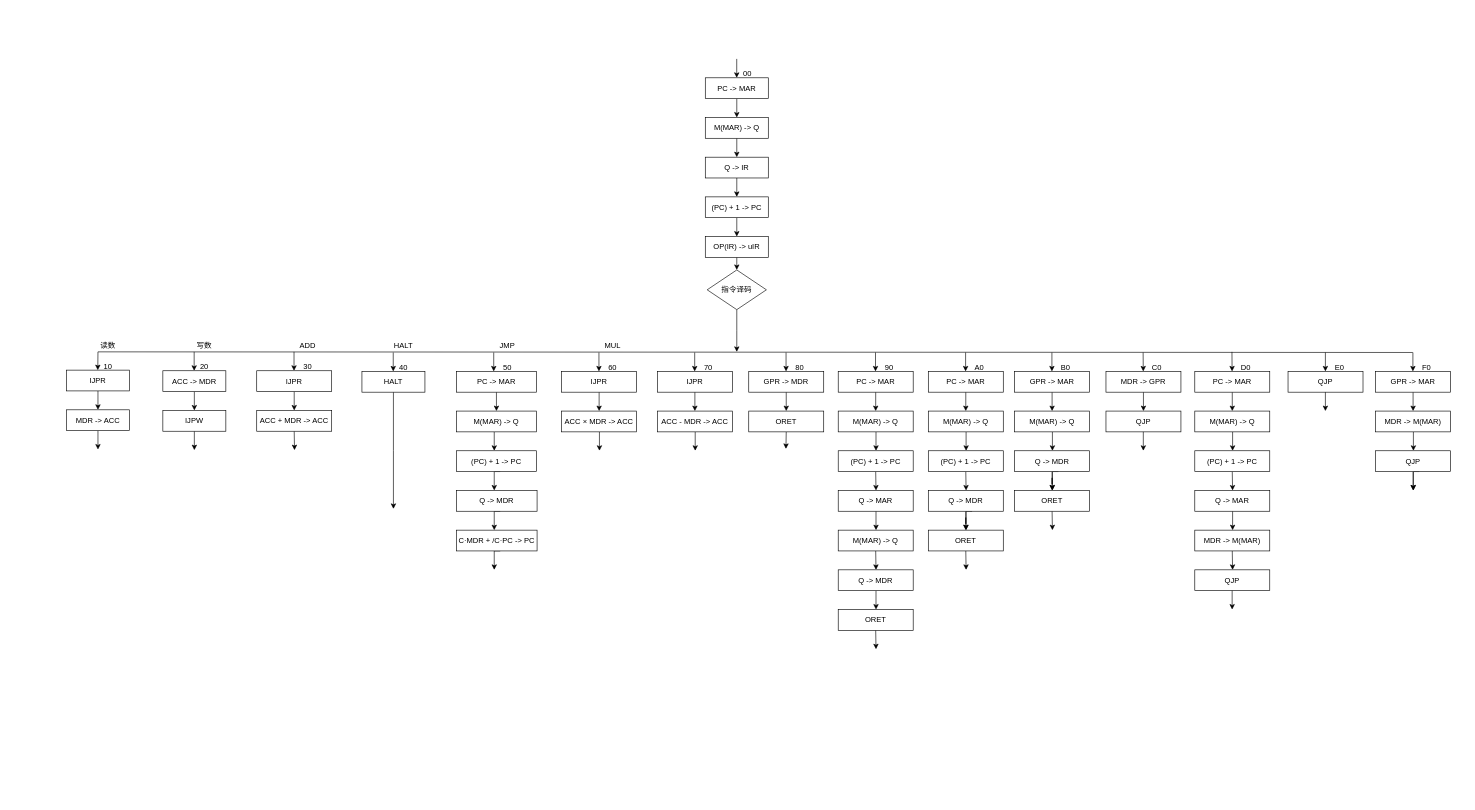
The draw.io diagram toHandOn/微程序流程图.drawio in ShiaoYoung/Computer_Composition_Experiment, before the edit. Source tidied: cells renumbered, new cells numbered last; positions are measured from the earlier drawing's top-left corner, leaving out a move shared by most shapes. Both pictures are drawn from the tidied source at 63%, with x=0, y=0 at pixel (66, 59).
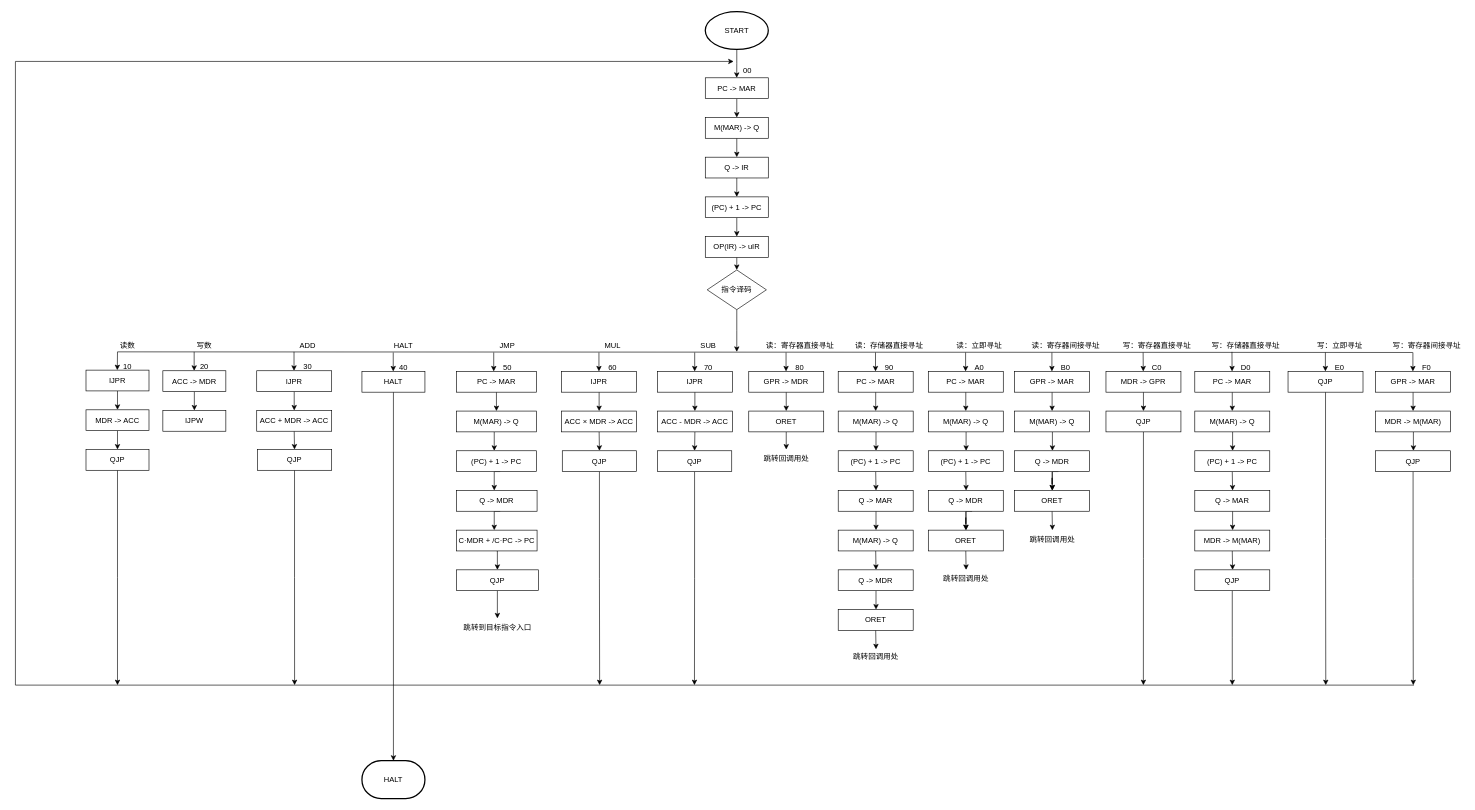
The same page after the edit.

Commit message:
更新微程序流程图.drawio

Unchanged cells that the change refers to:
```xml
<mxCell id="25" value="IJPW" style="rounded=0;whiteSpace=wrap;html=1;" parent="1" vertex="1">
  <mxGeometry x="153" y="558" width="100" height="33" as="geometry" />
</mxCell>
<mxCell id="31" value="ACC + MDR -&amp;gt; ACC" style="rounded=0;whiteSpace=wrap;html=1;" parent="1" vertex="1">
  <mxGeometry x="302" y="558" width="119" height="33" as="geometry" />
</mxCell>
<mxCell id="35" value="HALT" style="rounded=0;whiteSpace=wrap;html=1;" parent="1" vertex="1">
  <mxGeometry x="469" y="496" width="100" height="33" as="geometry" />
</mxCell>
<mxCell id="49" value="C·MDR + /C·PC -&amp;gt; PC" style="rounded=0;whiteSpace=wrap;html=1;" parent="1" vertex="1">
  <mxGeometry x="619" y="748" width="128" height="33" as="geometry" />
</mxCell>
<mxCell id="53" value="ACC × MDR -&amp;gt; ACC" style="rounded=0;whiteSpace=wrap;html=1;" parent="1" vertex="1">
  <mxGeometry x="786" y="559" width="119" height="33" as="geometry" />
</mxCell>
<mxCell id="59" value="ACC - MDR -&amp;gt; ACC" style="rounded=0;whiteSpace=wrap;html=1;" parent="1" vertex="1">
  <mxGeometry x="938" y="559" width="119" height="33" as="geometry" />
</mxCell>
<mxCell id="65" value="ORET" style="rounded=0;whiteSpace=wrap;html=1;" parent="1" vertex="1">
  <mxGeometry x="1083" y="559" width="119" height="33" as="geometry" />
</mxCell>
<mxCell id="110" value="QJP" style="rounded=0;whiteSpace=wrap;html=1;" parent="1" vertex="1">
  <mxGeometry x="1650" y="559" width="119" height="33" as="geometry" />
</mxCell>
<mxCell id="125" value="QJP" style="rounded=0;whiteSpace=wrap;html=1;" parent="1" vertex="1">
  <mxGeometry x="1791" y="811" width="119" height="33" as="geometry" />
</mxCell>
<mxCell id="128" value="QJP" style="rounded=0;whiteSpace=wrap;html=1;" parent="1" vertex="1">
  <mxGeometry x="1939" y="496" width="119" height="33" as="geometry" />
</mxCell>
<mxCell id="140" value="QJP" style="rounded=0;whiteSpace=wrap;html=1;" parent="1" vertex="1">
  <mxGeometry x="2078" y="622" width="119" height="33" as="geometry" />
</mxCell>
```

Change to the diagram source:
```diff
@@
     <mxCell id="14" value="00" style="text;html=1;align=center;verticalAlign=middle;whiteSpace=wrap;rounded=0;" parent="1" vertex="1">
-      <mxGeometry x="1051" y="9" width="60" height="30" as="geometry" />
+      <mxGeometry x="1051" y="4" width="60" height="30" as="geometry" />
     </mxCell>
@@
     <mxCell id="16" value="IJPR" style="rounded=0;whiteSpace=wrap;html=1;" parent="1" vertex="1">
-      <mxGeometry y="494" width="100" height="33" as="geometry" />
+      <mxGeometry x="31" y="494" width="100" height="33" as="geometry" />
     </mxCell>
-    <mxCell id="17" style="edgeStyle=orthogonalEdgeStyle;rounded=0;jettySize=auto;html=1;exitX=0.5;exitY=1;exitDx=0;exitDy=0;entryX=0.5;entryY=0;entryDx=0;entryDy=0;" parent="1" edge="1" source="18">
-      <mxGeometry relative="1" as="geometry">
-        <mxPoint x="50" y="620" as="targetPoint" />
-      </mxGeometry>
-    </mxCell>
+    <mxCell id="148" style="edgeStyle=orthogonalEdgeStyle;rounded=0;jettySize=auto;html=1;exitX=0.5;exitY=1;exitDx=0;exitDy=0;entryX=0.5;entryY=0;entryDx=0;entryDy=0;" parent="1" edge="1" source="18" target="170">
+      <mxGeometry relative="1" as="geometry" />
+    </mxCell>
     <mxCell id="18" value="MDR -&amp;gt; ACC" style="rounded=0;whiteSpace=wrap;html=1;" parent="1" vertex="1">
-      <mxGeometry y="557" width="100" height="33" as="geometry" />
+      <mxGeometry x="31" y="557" width="100" height="33" as="geometry" />
     </mxCell>
     <mxCell id="19" value="10" style="text;html=1;align=center;verticalAlign=middle;whiteSpace=wrap;rounded=0;" parent="1" vertex="1">
-      <mxGeometry x="36" y="473" width="60" height="30" as="geometry" />
+      <mxGeometry x="67" y="473" width="60" height="30" as="geometry" />
     </mxCell>
-    <mxCell id="20" style="edgeStyle=orthogonalEdgeStyle;rounded=0;orthogonalLoop=1;jettySize=auto;html=1;exitX=0.5;exitY=1;exitDx=0;exitDy=0;entryX=0.5;entryY=0;entryDx=0;entryDy=0;" parent="1" edge="1">
+    <mxCell id="20" style="edgeStyle=orthogonalEdgeStyle;rounded=0;jettySize=auto;html=1;exitX=0.5;exitY=1;exitDx=0;exitDy=0;entryX=0.5;entryY=0;entryDx=0;entryDy=0;exitPerimeter=0;" parent="1" edge="1" source="167">
       <mxGeometry relative="1" as="geometry">
-        <mxPoint x="1063.9" as="sourcePoint" />
         <mxPoint x="1063.9" y="30" as="targetPoint" />
       </mxGeometry>
     </mxCell>
     <mxCell id="21" style="edgeStyle=orthogonalEdgeStyle;rounded=0;orthogonalLoop=1;jettySize=auto;html=1;entryX=0.5;entryY=0;entryDx=0;entryDy=0;" parent="1" edge="1">
       <mxGeometry relative="1" as="geometry">
-        <mxPoint x="50" y="465" as="sourcePoint" />
-        <mxPoint x="49.7" y="494" as="targetPoint" />
+        <mxPoint x="81" y="465" as="sourcePoint" />
+        <mxPoint x="80.7" y="494" as="targetPoint" />
       </mxGeometry>
     </mxCell>
@@
-    <mxCell id="24" style="edgeStyle=orthogonalEdgeStyle;rounded=0;jettySize=auto;html=1;exitX=0.5;exitY=1;exitDx=0;exitDy=0;entryX=0.5;entryY=0;entryDx=0;entryDy=0;" parent="1" edge="1" source="25">
-      <mxGeometry relative="1" as="geometry">
-        <mxPoint x="203" y="621" as="targetPoint" />
-      </mxGeometry>
-    </mxCell>
@@
-    <mxCell id="30" style="edgeStyle=orthogonalEdgeStyle;rounded=0;jettySize=auto;html=1;exitX=0.5;exitY=1;exitDx=0;exitDy=0;entryX=0.5;entryY=0;entryDx=0;entryDy=0;" parent="1" edge="1" source="31">
-      <mxGeometry relative="1" as="geometry">
-        <mxPoint x="362" y="621" as="targetPoint" />
-      </mxGeometry>
-    </mxCell>
+    <mxCell id="149" style="edgeStyle=orthogonalEdgeStyle;rounded=0;jettySize=auto;html=1;exitX=0.5;exitY=1;exitDx=0;exitDy=0;entryX=0.5;entryY=0;entryDx=0;entryDy=0;" parent="1" edge="1" source="31" target="172">
+      <mxGeometry relative="1" as="geometry" />
+    </mxCell>
@@
-    <mxCell id="34" style="edgeStyle=orthogonalEdgeStyle;rounded=0;jettySize=auto;html=1;exitX=0.5;exitY=1;exitDx=0;exitDy=0;" parent="1" edge="1" source="35">
-      <mxGeometry relative="1" as="geometry">
-        <mxPoint x="519" y="714.2" as="targetPoint" />
-      </mxGeometry>
+    <mxCell id="34" style="edgeStyle=orthogonalEdgeStyle;rounded=0;jettySize=auto;html=1;exitX=0.5;exitY=1;exitDx=0;exitDy=0;entryX=0.5;entryY=0;entryDx=0;entryDy=0;entryPerimeter=0;" parent="1" edge="1" source="35" target="168">
+      <mxGeometry relative="1" as="geometry" />
     </mxCell>
@@
-    <mxCell id="48" style="edgeStyle=orthogonalEdgeStyle;rounded=0;orthogonalLoop=1;jettySize=auto;html=1;exitX=0.5;exitY=1;exitDx=0;exitDy=0;entryX=0.5;entryY=0;entryDx=0;entryDy=0;" parent="1" edge="1">
-      <mxGeometry relative="1" as="geometry">
-        <mxPoint x="688.5" y="781" as="sourcePoint" />
-        <mxPoint x="679" y="811" as="targetPoint" />
-      </mxGeometry>
-    </mxCell>
+    <mxCell id="150" style="edgeStyle=orthogonalEdgeStyle;rounded=0;jettySize=auto;html=1;exitX=0.5;exitY=1;exitDx=0;exitDy=0;entryX=0.5;entryY=0;entryDx=0;entryDy=0;" parent="1" edge="1" source="49" target="174">
+      <mxGeometry relative="1" as="geometry" />
+    </mxCell>
@@
-    <mxCell id="52" style="edgeStyle=orthogonalEdgeStyle;rounded=0;orthogonalLoop=1;jettySize=auto;html=1;entryX=0.5;entryY=0;entryDx=0;entryDy=0;" parent="1" edge="1">
-      <mxGeometry relative="1" as="geometry">
-        <mxPoint x="846" y="592" as="sourcePoint" />
-        <mxPoint x="846" y="622" as="targetPoint" />
-      </mxGeometry>
-    </mxCell>
+    <mxCell id="151" style="edgeStyle=orthogonalEdgeStyle;rounded=0;jettySize=auto;html=1;exitX=0.5;exitY=1;exitDx=0;exitDy=0;entryX=0.5;entryY=0;entryDx=0;entryDy=0;" parent="1" edge="1" source="53" target="177">
+      <mxGeometry relative="1" as="geometry" />
+    </mxCell>
@@
-    <mxCell id="58" style="edgeStyle=orthogonalEdgeStyle;rounded=0;orthogonalLoop=1;jettySize=auto;html=1;entryX=0.5;entryY=0;entryDx=0;entryDy=0;" parent="1" edge="1">
-      <mxGeometry relative="1" as="geometry">
-        <mxPoint x="998" y="592" as="sourcePoint" />
-        <mxPoint x="998" y="622" as="targetPoint" />
-      </mxGeometry>
-    </mxCell>
+    <mxCell id="152" style="edgeStyle=orthogonalEdgeStyle;rounded=0;jettySize=auto;html=1;exitX=0.5;exitY=1;exitDx=0;exitDy=0;entryX=0.5;entryY=0;entryDx=0;entryDy=0;" parent="1" edge="1" source="59" target="179">
+      <mxGeometry relative="1" as="geometry" />
+    </mxCell>
@@
-    <mxCell id="64" style="edgeStyle=orthogonalEdgeStyle;rounded=0;jettySize=auto;html=1;exitX=0.5;exitY=1;exitDx=0;exitDy=0;" parent="1" edge="1" source="65">
-      <mxGeometry relative="1" as="geometry">
-        <mxPoint x="1142" y="619" as="targetPoint" />
-      </mxGeometry>
-    </mxCell>
+    <mxCell id="153" style="edgeStyle=orthogonalEdgeStyle;rounded=0;jettySize=auto;html=1;exitX=0.5;exitY=1;exitDx=0;exitDy=0;entryX=0.5;entryY=0;entryDx=0;entryDy=0;" parent="1" edge="1" source="65" target="182">
+      <mxGeometry relative="1" as="geometry" />
+    </mxCell>
@@
+    <mxCell id="154" style="edgeStyle=orthogonalEdgeStyle;rounded=0;jettySize=auto;html=1;exitX=0.5;exitY=1;exitDx=0;exitDy=0;" parent="1" edge="1" source="110">
+      <mxGeometry relative="1" as="geometry">
+        <mxPoint x="1709.4" y="994" as="targetPoint" />
+      </mxGeometry>
+    </mxCell>
@@
+    <mxCell id="155" style="edgeStyle=orthogonalEdgeStyle;rounded=0;jettySize=auto;html=1;exitX=0.5;exitY=1;exitDx=0;exitDy=0;" parent="1" edge="1" source="125">
+      <mxGeometry relative="1" as="geometry">
+        <mxPoint x="1850.5" y="994" as="targetPoint" />
+      </mxGeometry>
+    </mxCell>
@@
-    <mxCell id="126" style="edgeStyle=orthogonalEdgeStyle;rounded=0;orthogonalLoop=1;jettySize=auto;html=1;exitX=0.5;exitY=1;exitDx=0;exitDy=0;entryX=0.5;entryY=0;entryDx=0;entryDy=0;" parent="1" edge="1">
-      <mxGeometry relative="1" as="geometry">
-        <mxPoint x="1709.3" y="592" as="sourcePoint" />
-        <mxPoint x="1709.3" y="622" as="targetPoint" />
-      </mxGeometry>
-    </mxCell>
-    <mxCell id="127" style="edgeStyle=orthogonalEdgeStyle;rounded=0;orthogonalLoop=1;jettySize=auto;html=1;exitX=0.5;exitY=1;exitDx=0;exitDy=0;entryX=0.5;entryY=0;entryDx=0;entryDy=0;" parent="1" edge="1">
-      <mxGeometry relative="1" as="geometry">
-        <mxPoint x="1850.3" y="844" as="sourcePoint" />
-        <mxPoint x="1850.3" y="874" as="targetPoint" />
-      </mxGeometry>
-    </mxCell>
+    <mxCell id="156" style="edgeStyle=orthogonalEdgeStyle;rounded=0;jettySize=auto;html=1;exitX=0.5;exitY=1;exitDx=0;exitDy=0;" parent="1" edge="1" source="128">
+      <mxGeometry relative="1" as="geometry">
+        <mxPoint x="1998.9" y="994" as="targetPoint" />
+      </mxGeometry>
+    </mxCell>
@@
-    <mxCell id="129" style="edgeStyle=orthogonalEdgeStyle;rounded=0;orthogonalLoop=1;jettySize=auto;html=1;exitX=0.5;exitY=1;exitDx=0;exitDy=0;entryX=0.5;entryY=0;entryDx=0;entryDy=0;" parent="1" edge="1">
-      <mxGeometry relative="1" as="geometry">
-        <mxPoint x="1998.3" y="529" as="sourcePoint" />
-        <mxPoint x="1998.3" y="559" as="targetPoint" />
-      </mxGeometry>
-    </mxCell>
@@
-    <mxCell id="138" style="edgeStyle=orthogonalEdgeStyle;rounded=0;orthogonalLoop=1;jettySize=auto;html=1;exitX=0.5;exitY=1;exitDx=0;exitDy=0;entryX=0.5;entryY=0;entryDx=0;entryDy=0;" parent="1" edge="1">
-      <mxGeometry relative="1" as="geometry">
-        <mxPoint x="2147.5" y="655" as="sourcePoint" />
-        <mxPoint x="2138" y="685" as="targetPoint" />
-      </mxGeometry>
-    </mxCell>
-    <mxCell id="139" style="edgeStyle=orthogonalEdgeStyle;rounded=0;jettySize=auto;html=1;" parent="1" edge="1" source="140">
-      <mxGeometry relative="1" as="geometry">
-        <mxPoint x="2137.5" y="685" as="targetPoint" />
-      </mxGeometry>
-    </mxCell>
+    <mxCell id="157" style="edgeStyle=orthogonalEdgeStyle;rounded=0;jettySize=auto;html=1;exitX=0.5;exitY=1;exitDx=0;exitDy=0;" parent="1" edge="1" source="140">
+      <mxGeometry relative="1" as="geometry">
+        <mxPoint x="2137.8" y="994" as="targetPoint" />
+      </mxGeometry>
+    </mxCell>
@@
-    <mxCell id="141" style="endArrow=none;html=1;rounded=0;" parent="1" edge="1">
+    <mxCell id="141" style="endArrow=none;html=1;rounded=0;exitX=0.233;exitY=0.833;exitDx=0;exitDy=0;exitPerimeter=0;" parent="1" edge="1" source="142">
       <mxGeometry relative="1" as="geometry">
-        <mxPoint x="50" y="465" as="sourcePoint" />
         <mxPoint x="2137" y="466" as="targetPoint" />
       </mxGeometry>
     </mxCell>
     <mxCell id="142" value="读数" style="text;html=1;align=center;verticalAlign=middle;whiteSpace=wrap;rounded=0;" parent="1" vertex="1">
-      <mxGeometry x="36" y="440" width="60" height="30" as="geometry" />
+      <mxGeometry x="67" y="440" width="60" height="30" as="geometry" />
     </mxCell>
@@
+    <mxCell id="158" value="SUB" style="text;html=1;align=center;verticalAlign=middle;whiteSpace=wrap;rounded=0;" parent="1" vertex="1">
+      <mxGeometry x="989" y="440" width="60" height="30" as="geometry" />
+    </mxCell>
+    <mxCell id="159" value="读：寄存器直接寻址" style="text;html=1;align=center;verticalAlign=middle;whiteSpace=wrap;rounded=0;" parent="1" vertex="1">
+      <mxGeometry x="1106.5" y="440" width="115" height="30" as="geometry" />
+    </mxCell>
+    <mxCell id="160" value="读：存储器直接寻址" style="text;html=1;align=center;verticalAlign=middle;whiteSpace=wrap;rounded=0;" parent="1" vertex="1">
+      <mxGeometry x="1245" y="440" width="122" height="30" as="geometry" />
+    </mxCell>
+    <mxCell id="161" value="读：立即寻址" style="text;html=1;align=center;verticalAlign=middle;whiteSpace=wrap;rounded=0;" parent="1" vertex="1">
+      <mxGeometry x="1390" y="440" width="118" height="30" as="geometry" />
+    </mxCell>
+    <mxCell id="162" value="读：寄存器间接寻址" style="text;html=1;align=center;verticalAlign=middle;whiteSpace=wrap;rounded=0;" parent="1" vertex="1">
+      <mxGeometry x="1529.5" y="440" width="113" height="30" as="geometry" />
+    </mxCell>
+    <mxCell id="163" value="写：寄存器直接寻址" style="text;html=1;align=center;verticalAlign=middle;whiteSpace=wrap;rounded=0;" parent="1" vertex="1">
+      <mxGeometry x="1673" y="440" width="116" height="30" as="geometry" />
+    </mxCell>
+    <mxCell id="164" value="写：存储器直接寻址" style="text;html=1;align=center;verticalAlign=middle;whiteSpace=wrap;rounded=0;" parent="1" vertex="1">
+      <mxGeometry x="1813" y="440" width="118" height="30" as="geometry" />
+    </mxCell>
+    <mxCell id="165" value="写：立即寻址" style="text;html=1;align=center;verticalAlign=middle;whiteSpace=wrap;rounded=0;" parent="1" vertex="1">
+      <mxGeometry x="1974.5" y="440" width="93" height="30" as="geometry" />
+    </mxCell>
+    <mxCell id="166" value="写：寄存器间接寻址" style="text;html=1;align=center;verticalAlign=middle;whiteSpace=wrap;rounded=0;" parent="1" vertex="1">
+      <mxGeometry x="2099.5" y="440" width="119" height="30" as="geometry" />
+    </mxCell>
+    <mxCell id="167" value="START" style="strokeWidth=2;html=1;shape=mxgraph.flowchart.start_1;whiteSpace=wrap;" parent="1" vertex="1">
+      <mxGeometry x="1014" y="-75" width="100" height="60" as="geometry" />
+    </mxCell>
+    <mxCell id="168" value="HALT" style="strokeWidth=2;html=1;shape=mxgraph.flowchart.terminator;whiteSpace=wrap;" parent="1" vertex="1">
+      <mxGeometry x="469" y="1114" width="100" height="60" as="geometry" />
+    </mxCell>
+    <mxCell id="169" style="edgeStyle=orthogonalEdgeStyle;rounded=0;jettySize=auto;html=1;exitX=0.5;exitY=1;exitDx=0;exitDy=0;" parent="1" edge="1" source="170">
+      <mxGeometry relative="1" as="geometry">
+        <mxPoint x="81" y="994" as="targetPoint" />
+      </mxGeometry>
+    </mxCell>
+    <mxCell id="170" value="QJP" style="rounded=0;whiteSpace=wrap;html=1;" parent="1" vertex="1">
+      <mxGeometry x="31" y="620" width="100" height="33" as="geometry" />
+    </mxCell>
+    <mxCell id="171" style="edgeStyle=orthogonalEdgeStyle;rounded=0;jettySize=auto;html=1;exitX=0.5;exitY=1;exitDx=0;exitDy=0;" parent="1" edge="1" source="172">
+      <mxGeometry relative="1" as="geometry">
+        <mxPoint x="362.1" y="994" as="targetPoint" />
+      </mxGeometry>
+    </mxCell>
+    <mxCell id="172" value="QJP" style="rounded=0;whiteSpace=wrap;html=1;" parent="1" vertex="1">
+      <mxGeometry x="303" y="620" width="118" height="33" as="geometry" />
+    </mxCell>
+    <mxCell id="173" style="edgeStyle=orthogonalEdgeStyle;rounded=0;jettySize=auto;html=1;exitX=0.5;exitY=1;exitDx=0;exitDy=0;entryX=0.5;entryY=0;entryDx=0;entryDy=0;" parent="1" edge="1" source="174" target="175">
+      <mxGeometry relative="1" as="geometry" />
+    </mxCell>
+    <mxCell id="174" value="QJP" style="rounded=0;whiteSpace=wrap;html=1;" parent="1" vertex="1">
+      <mxGeometry x="619" y="811" width="130" height="33" as="geometry" />
+    </mxCell>
+    <mxCell id="175" value="跳转到目标指令入口" style="text;html=1;align=center;verticalAlign=middle;whiteSpace=wrap;rounded=0;" parent="1" vertex="1">
+      <mxGeometry x="627.5" y="888" width="113" height="30" as="geometry" />
+    </mxCell>
+    <mxCell id="176" style="edgeStyle=orthogonalEdgeStyle;rounded=0;jettySize=auto;html=1;exitX=0.5;exitY=1;exitDx=0;exitDy=0;" parent="1" edge="1" source="177">
+      <mxGeometry relative="1" as="geometry">
+        <mxPoint x="846.3" y="994" as="targetPoint" />
+      </mxGeometry>
+    </mxCell>
+    <mxCell id="177" value="QJP" style="rounded=0;whiteSpace=wrap;html=1;" parent="1" vertex="1">
+      <mxGeometry x="787" y="622" width="118" height="33" as="geometry" />
+    </mxCell>
+    <mxCell id="178" style="edgeStyle=orthogonalEdgeStyle;rounded=0;jettySize=auto;html=1;exitX=0.5;exitY=1;exitDx=0;exitDy=0;" parent="1" edge="1" source="179">
+      <mxGeometry relative="1" as="geometry">
+        <mxPoint x="996.8" y="994" as="targetPoint" />
+      </mxGeometry>
+    </mxCell>
+    <mxCell id="179" value="QJP" style="rounded=0;whiteSpace=wrap;html=1;" parent="1" vertex="1">
+      <mxGeometry x="938" y="622" width="118" height="33" as="geometry" />
+    </mxCell>
+    <mxCell id="180" style="endArrow=none;html=1;rounded=0;" parent="1" edge="1">
+      <mxGeometry relative="1" as="geometry">
+        <mxPoint x="-81" y="994" as="sourcePoint" />
+        <mxPoint x="2139" y="994" as="targetPoint" />
+      </mxGeometry>
+    </mxCell>
+    <mxCell id="181" style="endArrow=classic;html=1;rounded=0;" parent="1" edge="1">
+      <mxGeometry relative="1" as="geometry">
+        <mxPoint x="-81" y="994" as="sourcePoint" />
+        <mxPoint x="1059" y="4" as="targetPoint" />
+        <Array as="points">
+          <mxPoint x="-81" y="4" />
+        </Array>
+      </mxGeometry>
+    </mxCell>
+    <mxCell id="182" value="跳转回调用处" style="text;html=1;align=center;verticalAlign=middle;whiteSpace=wrap;rounded=0;" parent="1" vertex="1">
+      <mxGeometry x="1101.5" y="620" width="82" height="30" as="geometry" />
+    </mxCell>
+    <mxCell id="183" value="跳转回调用处" style="text;html=1;align=center;verticalAlign=middle;whiteSpace=wrap;rounded=0;" parent="1" vertex="1">
+      <mxGeometry x="1243.5" y="934" width="82" height="30" as="geometry" />
+    </mxCell>
+    <mxCell id="184" value="跳转回调用处" style="text;html=1;align=center;verticalAlign=middle;whiteSpace=wrap;rounded=0;" parent="1" vertex="1">
+      <mxGeometry x="1386.5" y="811" width="82" height="30" as="geometry" />
+    </mxCell>
+    <mxCell id="185" value="跳转回调用处" style="text;html=1;align=center;verticalAlign=middle;whiteSpace=wrap;rounded=0;" parent="1" vertex="1">
+      <mxGeometry x="1523.5" y="748" width="82" height="30" as="geometry" />
+    </mxCell>
```
